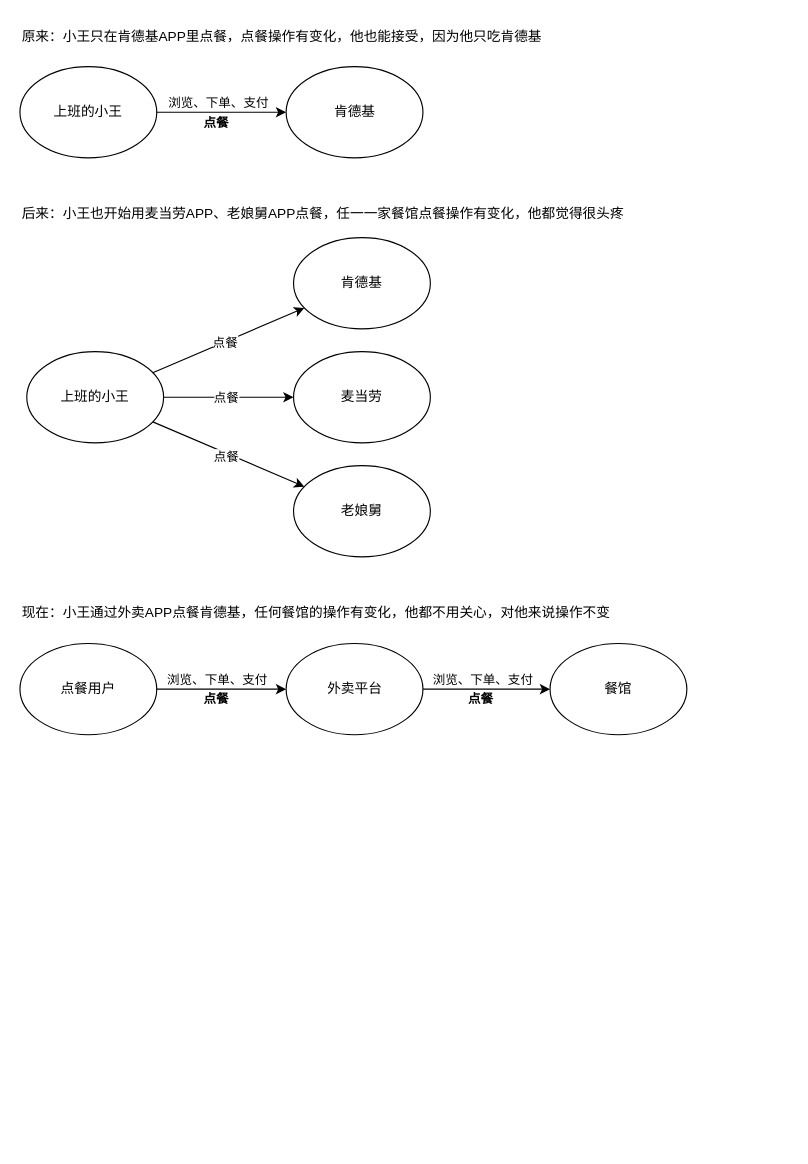
Before: design-pattern.drawio in imwangyi/design-pattern, a draw.io diagram. Source tidied: cells renumbered, new cells numbered last; positions are measured from the earlier drawing's top-left corner, leaving out a move shared by most shapes. Both pictures are drawn from the tidied source at 114%, with x=0, y=0 at pixel (19, 19).
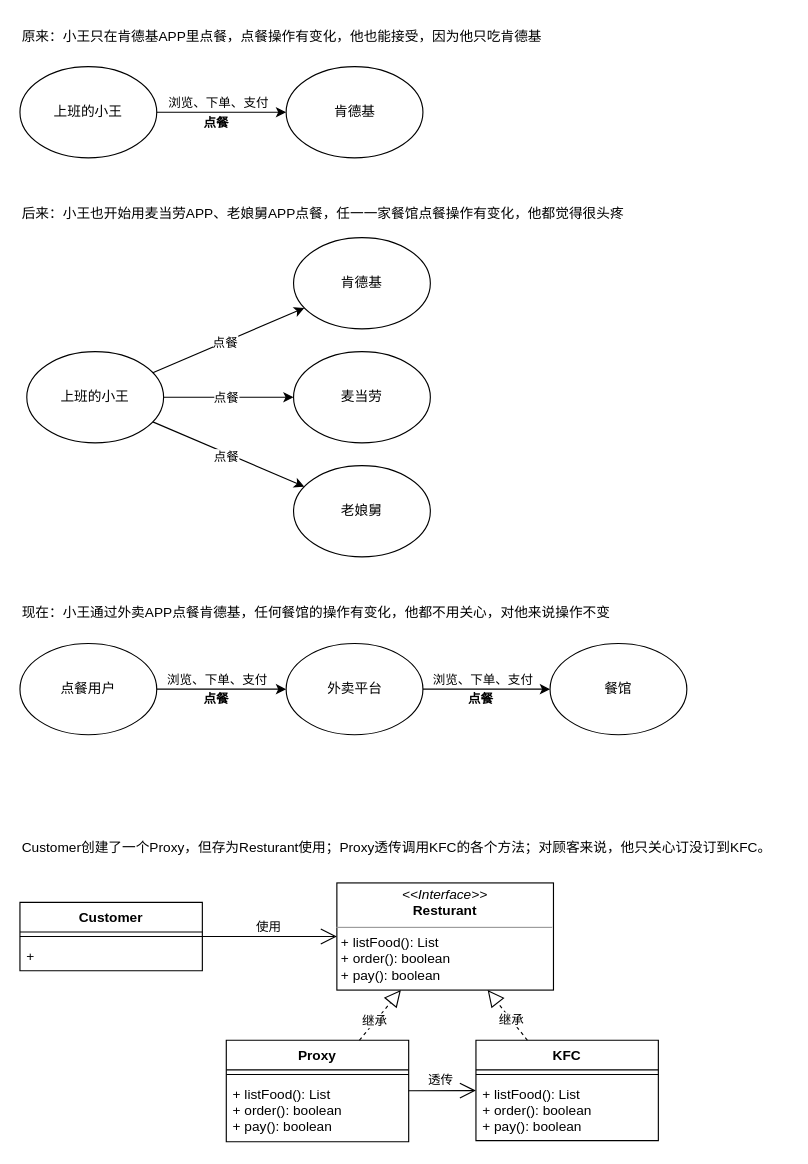
The same page after the edit.

The edit, as a diff of the source:
```diff
@@
+    <mxCell id="29" value="Proxy" style="swimlane;fontStyle=1;align=center;verticalAlign=top;horizontal=1;startSize=26;" parent="1" vertex="1">
+      <mxGeometry x="181" y="895" width="160" height="89" as="geometry" />
+    </mxCell>
+    <mxCell id="30" style="line;strokeWidth=1;fillColor=none;align=left;verticalAlign=middle;spacingTop=-1;spacingLeft=3;spacingRight=3;labelPosition=right;strokeColor=inherit;" parent="29" vertex="1">
+      <mxGeometry y="26" width="160" height="8" as="geometry" />
+    </mxCell>
+    <mxCell id="31" value="+ listFood(): List&#10;+ order(): boolean&#10;+ pay(): boolean" style="text;strokeColor=none;fillColor=none;align=left;verticalAlign=top;spacingLeft=4;spacingRight=4;overflow=hidden;" parent="29" vertex="1">
+      <mxGeometry y="34" width="160" height="55" as="geometry" />
+    </mxCell>
+    <mxCell id="32" style="endArrow=block;dashed=1;endFill=0;endSize=12;html=1;rounded=0;" parent="1" edge="1" source="29" target="34">
+      <mxGeometry relative="1" as="geometry" />
+    </mxCell>
+    <mxCell id="33" value="继承" style="edgeLabel;html=1;align=center;verticalAlign=middle;" parent="32" vertex="1">
+      <mxGeometry x="-0.5" y="-1" relative="1" as="geometry">
+        <mxPoint x="3" y="-7" as="offset" />
+      </mxGeometry>
+    </mxCell>
+    <mxCell id="34" value="&lt;p style=&quot;margin:0px;margin-top:4px;text-align:center;&quot;&gt;&lt;i&gt;&amp;lt;&amp;lt;Interface&amp;gt;&amp;gt;&lt;/i&gt;&lt;br&gt;&lt;b&gt;Resturant&lt;/b&gt;&lt;/p&gt;&lt;hr size=&quot;1&quot;&gt;&lt;p style=&quot;margin:0px;margin-left:4px;&quot;&gt;+ listFood(): List&lt;br&gt;+ order(): boolean&lt;/p&gt;&lt;p style=&quot;margin:0px;margin-left:4px;&quot;&gt;+ pay(): boolean&lt;/p&gt;" style="verticalAlign=top;align=left;overflow=fill;fontSize=12;fontFamily=Helvetica;html=1;" parent="1" vertex="1">
+      <mxGeometry x="278" y="757" width="190" height="94" as="geometry" />
+    </mxCell>
+    <mxCell id="35" value="KFC" style="swimlane;fontStyle=1;align=center;verticalAlign=top;horizontal=1;startSize=26;" parent="1" vertex="1">
+      <mxGeometry x="400" y="895" width="160" height="88" as="geometry" />
+    </mxCell>
+    <mxCell id="36" style="line;strokeWidth=1;fillColor=none;align=left;verticalAlign=middle;spacingTop=-1;spacingLeft=3;spacingRight=3;labelPosition=right;strokeColor=inherit;" parent="35" vertex="1">
+      <mxGeometry y="26" width="160" height="8" as="geometry" />
+    </mxCell>
+    <mxCell id="37" value="+ listFood(): List&#10;+ order(): boolean&#10;+ pay(): boolean" style="text;strokeColor=none;fillColor=none;align=left;verticalAlign=top;spacingLeft=4;spacingRight=4;overflow=hidden;" parent="35" vertex="1">
+      <mxGeometry y="34" width="160" height="54" as="geometry" />
+    </mxCell>
+    <mxCell id="38" style="endArrow=open;endFill=1;endSize=12;html=1;rounded=0;" parent="1" edge="1" source="29" target="35">
+      <mxGeometry relative="1" as="geometry" />
+    </mxCell>
+    <mxCell id="39" value="透传" style="edgeLabel;html=1;align=center;verticalAlign=middle;" parent="38" vertex="1">
+      <mxGeometry x="0.53" y="-2" relative="1" as="geometry">
+        <mxPoint x="-18" y="-12" as="offset" />
+      </mxGeometry>
+    </mxCell>
+    <mxCell id="40" style="endArrow=block;dashed=1;endFill=0;endSize=12;html=1;rounded=0;" parent="1" edge="1" source="35" target="34">
+      <mxGeometry relative="1" as="geometry" />
+    </mxCell>
+    <mxCell id="41" value="继承" style="edgeLabel;html=1;align=center;verticalAlign=middle;" parent="40" vertex="1">
+      <mxGeometry x="-0.34" y="1" relative="1" as="geometry">
+        <mxPoint x="-2" y="-4" as="offset" />
+      </mxGeometry>
+    </mxCell>
+    <mxCell id="42" value="Customer" style="swimlane;fontStyle=1;align=center;verticalAlign=top;horizontal=1;startSize=26;" parent="1" vertex="1">
+      <mxGeometry y="774" width="160" height="60" as="geometry" />
+    </mxCell>
+    <mxCell id="43" style="line;strokeWidth=1;fillColor=none;align=left;verticalAlign=middle;spacingTop=-1;spacingLeft=3;spacingRight=3;labelPosition=right;strokeColor=inherit;" parent="42" vertex="1">
+      <mxGeometry y="26" width="160" height="8" as="geometry" />
+    </mxCell>
+    <mxCell id="44" value="+ " style="text;strokeColor=none;fillColor=none;align=left;verticalAlign=top;spacingLeft=4;spacingRight=4;overflow=hidden;" parent="42" vertex="1">
+      <mxGeometry y="34" width="160" height="26" as="geometry" />
+    </mxCell>
+    <mxCell id="45" style="endArrow=open;endFill=1;endSize=12;html=1;rounded=0;" parent="1" edge="1" source="42" target="34">
+      <mxGeometry relative="1" as="geometry" />
+    </mxCell>
+    <mxCell id="46" value="使用" style="edgeLabel;html=1;align=center;verticalAlign=middle;" parent="45" vertex="1">
+      <mxGeometry x="-0.12" y="-1" relative="1" as="geometry">
+        <mxPoint x="5" y="-10" as="offset" />
+      </mxGeometry>
+    </mxCell>
+    <mxCell id="47" value="Customer创建了一个Proxy，但存为Resturant使用；Proxy透传调用KFC的各个方法；对顾客来说，他只关心订没订到KFC。" style="text;html=1;strokeColor=none;fillColor=none;align=left;verticalAlign=middle;whiteSpace=wrap;rounded=0;" parent="1" vertex="1">
+      <mxGeometry y="713" width="674" height="25" as="geometry" />
+    </mxCell>
```
